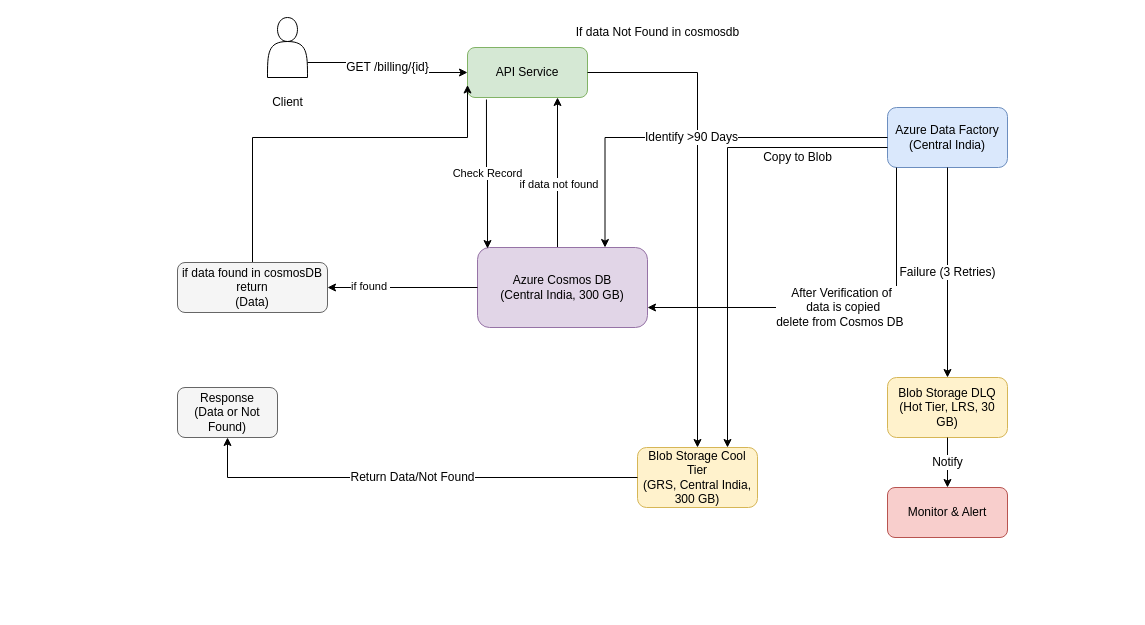
Above: architecture.drawio in SairajBhoi/cosmosdb-billing-cost-optimizer (draw.io), before the change. Source tidied: cells renumbered, new cells numbered last; positions are measured from the earlier drawing's top-left corner, leaving out a move shared by most shapes. Both pictures are drawn from the tidied source at 100%, with x=0, y=0 at pixel (177, 17).
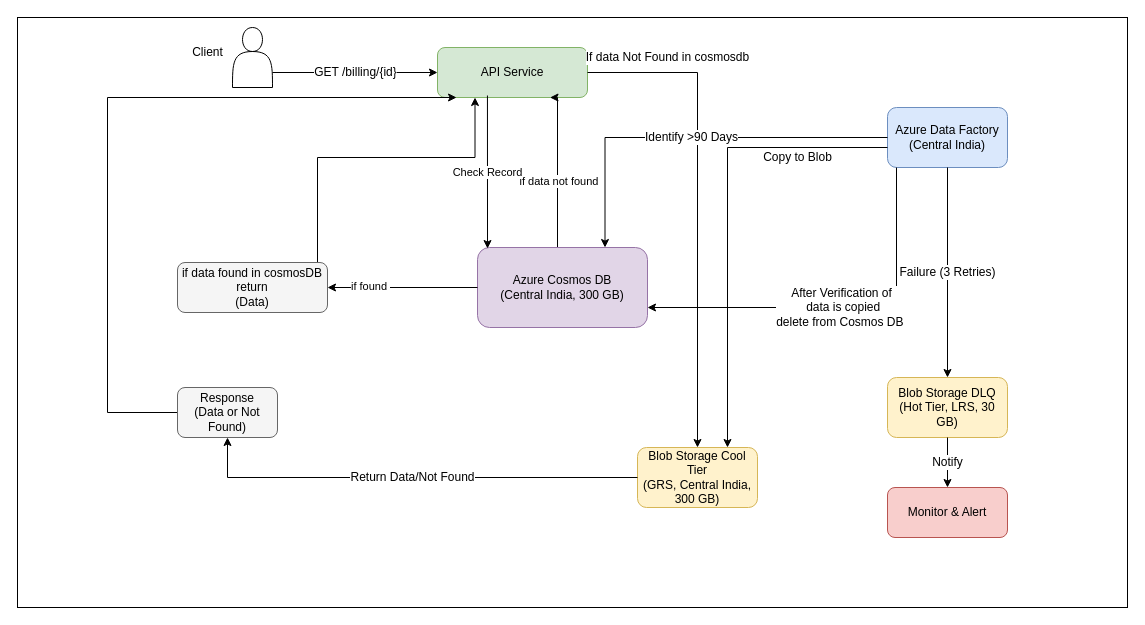
The same page after the edit.

Commit message (it also covers changes not shown here):
updated architecture diagram

Unchanged cells that the change refers to:
```xml
<mxCell id="5" value="Azure Cosmos DB&lt;br&gt;(Central India, 300 GB)" style="rounded=1;whiteSpace=wrap;html=1;fillColor=#e1d5e7;strokeColor=#9673a6;fontSize=12;" parent="1" vertex="1">
  <mxGeometry x="300" y="230" width="170" height="80" as="geometry" />
</mxCell>
<mxCell id="6" value="Blob Storage Cool Tier&lt;br&gt;(GRS, Central India, 300 GB)" style="rounded=1;whiteSpace=wrap;html=1;fillColor=#fff2cc;strokeColor=#d6b656;fontSize=12;" parent="1" vertex="1">
  <mxGeometry x="460" y="430" width="120" height="60" as="geometry" />
</mxCell>
<mxCell id="7" value="Response&lt;br&gt;(Data or Not Found)" style="rounded=1;whiteSpace=wrap;html=1;fillColor=#f5f5f5;strokeColor=#666666;fontSize=12;" parent="1" vertex="1">
  <mxGeometry y="370" width="100" height="50" as="geometry" />
</mxCell>
<mxCell id="25" value="if data found in cosmosDB&lt;br&gt;return&lt;br&gt;(Data)" style="rounded=1;whiteSpace=wrap;html=1;fillColor=#f5f5f5;strokeColor=#666666;fontSize=12;" parent="1" vertex="1">
  <mxGeometry y="245" width="150" height="50" as="geometry" />
</mxCell>
```

What changed in the source:
```diff
@@
+    <mxCell id="26" style="rounded=0;whiteSpace=wrap;html=1;" parent="1" vertex="1">
+      <mxGeometry x="-160" width="1110" height="590" as="geometry" />
+    </mxCell>
     <mxCell id="2" value="API Service" style="rounded=1;whiteSpace=wrap;html=1;fillColor=#d5e8d4;strokeColor=#82b366;fontSize=12;" parent="1" vertex="1">
-      <mxGeometry x="290" y="30" width="120" height="50" as="geometry" />
+      <mxGeometry x="260" y="30" width="150" height="50" as="geometry" />
     </mxCell>
@@
+    <mxCell id="27" style="edgeStyle=orthogonalEdgeStyle;rounded=0;jettySize=auto;html=1;entryX=0.127;entryY=1;entryDx=0;entryDy=0;entryPerimeter=0;" parent="1" edge="1" source="7" target="2">
+      <mxGeometry relative="1" as="geometry">
+        <Array as="points">
+          <mxPoint x="-70" y="395" />
+          <mxPoint x="-70" y="80" />
+        </Array>
+      </mxGeometry>
+    </mxCell>
@@
-    <mxCell id="12" value="Check Record" style="edgeStyle=orthogonalEdgeStyle;rounded=0;html=1;jettySize=auto;font  Size=12;entryX=0.059;entryY=0.013;entryDx=0;entryDy=0;entryPerimeter=0;exitX=0.158;exitY=1.04;exitDx=0;exitDy=0;exitPerimeter=0;" parent="1" edge="1" source="2" target="5">
+    <mxCell id="12" value="Check Record" style="edgeStyle=orthogonalEdgeStyle;rounded=0;html=1;jettySize=auto;font  Size=12;entryX=0.059;entryY=0.013;entryDx=0;entryDy=0;entryPerimeter=0;exitX=0.333;exitY=0.96;exitDx=0;exitDy=0;exitPerimeter=0;" parent="1" edge="1" source="2" target="5">
       <mxGeometry relative="1" as="geometry" />
     </mxCell>
     <mxCell id="13" value="If data Not Found in cosmosdb" style="edgeStyle=orthogonalEdgeStyle;rounded=0;html=1;jettySize=auto;fontSize=12;" parent="1" edge="1" source="2" target="6">
-      <mxGeometry x="-0.69" y="25" relative="1" as="geometry">
-        <mxPoint x="-5" y="-15" as="offset" />
-      </mxGeometry>
+      <mxGeometry x="-0.67" y="15" relative="1" as="geometry" />
     </mxCell>
@@
     <mxCell id="22" style="shape=actor;whiteSpace=wrap;html=1;" parent="1" vertex="1">
-      <mxGeometry x="90" width="40" height="60" as="geometry" />
+      <mxGeometry x="55" y="10" width="40" height="60" as="geometry" />
     </mxCell>
     <mxCell id="23" value="Client" style="text;html=1;align=center;verticalAlign=middle;strokeColor=none;fillColor=none;" parent="1" vertex="1">
-      <mxGeometry x="85" y="70" width="50" height="30" as="geometry" />
+      <mxGeometry x="5" y="20" width="50" height="30" as="geometry" />
     </mxCell>
-    <mxCell id="24" style="edgeStyle=orthogonalEdgeStyle;rounded=0;jettySize=auto;html=1;entryX=0;entryY=0.75;entryDx=0;entryDy=0;exitX=0.5;exitY=0;exitDx=0;exitDy=0;" parent="1" edge="1" source="25" target="2">
+    <mxCell id="24" style="edgeStyle=orthogonalEdgeStyle;rounded=0;jettySize=auto;html=1;entryX=0.25;entryY=1;entryDx=0;entryDy=0;" parent="1" edge="1" source="25" target="2">
       <mxGeometry relative="1" as="geometry">
         <Array as="points">
-          <mxPoint x="75" y="120" />
-          <mxPoint x="290" y="120" />
+          <mxPoint x="140" y="140" />
+          <mxPoint x="298" y="140" />
         </Array>
       </mxGeometry>
     </mxCell>
```
